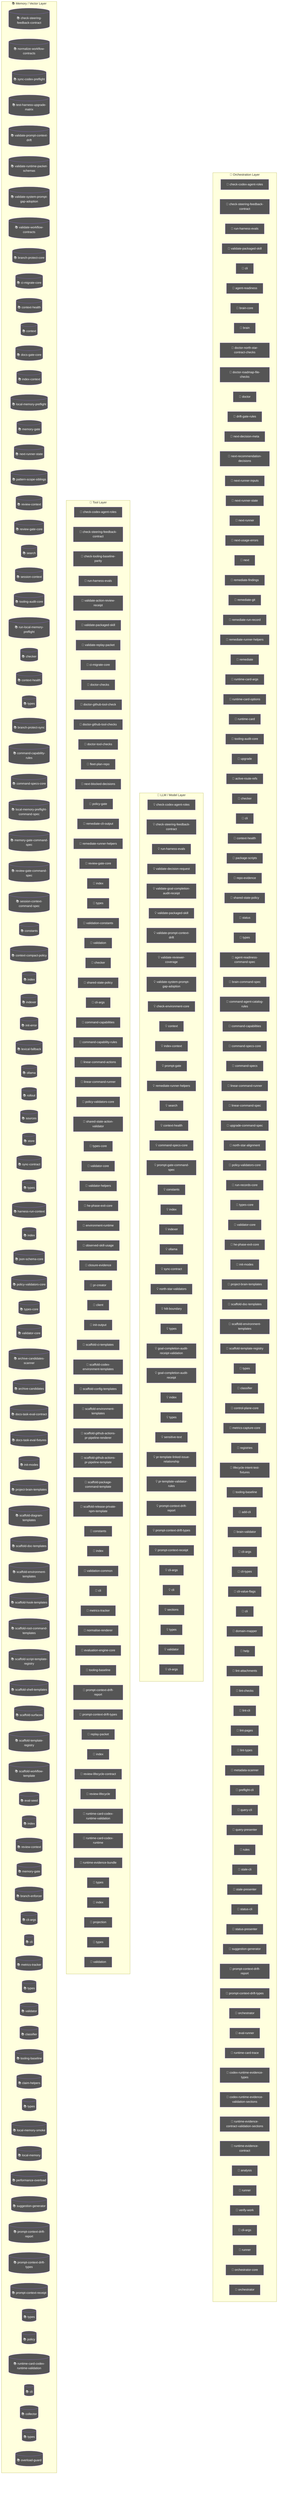
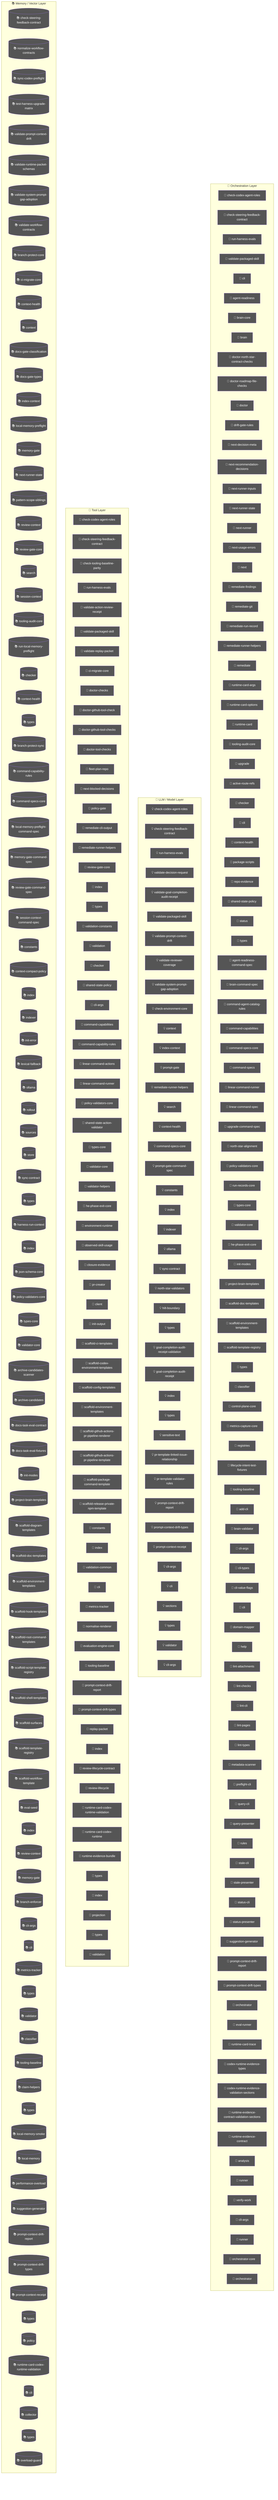
flowchart TD
  subgraph Orchestration["🎯 Orchestration Layer"]
    node_agent_mmd_orchestration_layer_orchestration_chec_7a9f0b64["🤖 check-codex-agent-roles"]
    node_agent_mmd_orchestration_layer_orchestration_chec_7fd47f5c["🤖 check-steering-feedback-contract"]
    node_agent_mmd_orchestration_layer_orchestration_run__18817957["🤖 run-harness-evals"]
    node_agent_mmd_orchestration_layer_orchestration_vali_c01b04be["🤖 validate-packaged-skill"]
    cli_99bb8840["🤖 cli"]
    agent_readiness_c82c68e6["🤖 agent-readiness"]
    brain_core_aa07c380["🤖 brain-core"]
    brain_bbbf7a64["🤖 brain"]
    doctor_north_star_contract_checks_0048124c["🤖 doctor-north-star-contract-checks"]
    doctor_roadmap_file_checks_14447b8e["🤖 doctor-roadmap-file-checks"]
    doctor_72f4be89["🤖 doctor"]
    drift_gate_rules_9685e72d["🤖 drift-gate-rules"]
    next_decision_meta_c58bc91b["🤖 next-decision-meta"]
    next_recommendation_decisions_03315dd4["🤖 next-recommendation-decisions"]
    next_runner_inputs_754dba64["🤖 next-runner-inputs"]
    node_agent_mmd_orchestration_layer_orchestration_next_5393fba1["🤖 next-runner-state"]
    next_runner_41643472["🤖 next-runner"]
    next_usage_errors_837a345a["🤖 next-usage-errors"]
    next_c6c1c9a9["🤖 next"]
    remediate_findings_8b09c8c6["🤖 remediate-findings"]
    remediate_git_58c6f6f4["🤖 remediate-git"]
    remediate_run_record_9dfe5dc1["🤖 remediate-run-record"]
    node_agent_mmd_orchestration_layer_orchestration_reme_359fe98f["🤖 remediate-runner-helpers"]
    remediate_06b9c7fc["🤖 remediate"]
    runtime_card_args_2b3d4b28["🤖 runtime-card-args"]
    runtime_card_options_c9156ad5["🤖 runtime-card-options"]
    runtime_card_e06b53e1["🤖 runtime-card"]
    node_agent_mmd_orchestration_layer_orchestration_tool_acfe0c01["🤖 tooling-audit-core"]
    upgrade_7fef9479["🤖 upgrade"]
    active_route_refs_d7a46846["🤖 active-route-refs"]
    node_agent_mmd_orchestration_layer_orchestration_chec_0550c395["🤖 checker"]
    cli_1_084e05fe["🤖 cli"]
    node_agent_mmd_orchestration_layer_orchestration_cont_61b3b9c9["🤖 context-health"]
    package_scripts_3ee6150f["🤖 package-scripts"]
    repo_evidence_38bb1de5["🤖 repo-evidence"]
    node_agent_mmd_orchestration_layer_orchestration_shar_724ef5f0["🤖 shared-state-policy"]
    status_073c1634["🤖 status"]
    node_agent_mmd_orchestration_layer_orchestration_type_4f906dcc["🤖 types"]
    agent_readiness_command_spec_a30c2c1e["🤖 agent-readiness-command-spec"]
    brain_command_spec_15b122d5["🤖 brain-command-spec"]
    command_agent_catalog_rules_8e06b2af["🤖 command-agent-catalog-rules"]
    node_agent_mmd_orchestration_layer_orchestration_comm_6e41a7f7["🤖 command-capabilities"]
    node_agent_mmd_orchestration_layer_orchestration_comm_1f8cc24c["🤖 command-specs-core"]
    command_specs_69167c63["🤖 command-specs"]
    node_agent_mmd_orchestration_layer_orchestration_line_b67affd5["🤖 linear-command-runner"]
    linear_command_spec_1e12dd44["🤖 linear-command-spec"]
    upgrade_command_spec_03f6c7bd["🤖 upgrade-command-spec"]
    north_star_alignment_00440188["🤖 north-star-alignment"]
    node_agent_mmd_orchestration_layer_orchestration_poli_3270b55d["🤖 policy-validators-core"]
    run_records_core_89286dfa["🤖 run-records-core"]
    node_agent_mmd_orchestration_layer_orchestration_type_7cf81261["🤖 types-core"]
    node_agent_mmd_orchestration_layer_orchestration_vali_d9fe99e6["🤖 validator-core"]
    node_agent_mmd_orchestration_layer_orchestration_he_p_fc778c24["🤖 he-phase-exit-core"]
    node_agent_mmd_orchestration_layer_orchestration_init_2a9c3ecb["🤖 init-modes"]
    node_agent_mmd_orchestration_layer_orchestration_proj_6ab6f60f["🤖 project-brain-templates"]
    node_agent_mmd_orchestration_layer_orchestration_scaf_12cc07db["🤖 scaffold-doc-templates"]
    node_agent_mmd_orchestration_layer_orchestration_scaf_c9a90c2f["🤖 scaffold-environment-templates"]
    node_agent_mmd_orchestration_layer_orchestration_scaf_ff8f92f6["🤖 scaffold-template-registry"]
    types_16_0fae1112["🤖 types"]
    node_agent_mmd_orchestration_layer_orchestration_clas_899b821a["🤖 classifier"]
    control_plane_core_db3b4cb2["🤖 control-plane-core"]
    metrics_capture_core_db4bf7cf["🤖 metrics-capture-core"]
    registries_06402afa["🤖 registries"]
    lifecycle_intent_test_fixtures_a53c7ada["🤖 lifecycle-intent-test-fixtures"]
    node_agent_mmd_orchestration_layer_orchestration_tool_cc43149f["🤖 tooling-baseline"]
    add_cli_7614de25["🤖 add-cli"]
    brain_validator_be251832["🤖 brain-validator"]
    cli_args_8_d546936e["🤖 cli-args"]
    cli_types_1686e858["🤖 cli-types"]
    cli_value_flags_732a8e43["🤖 cli-value-flags"]
    cli_10_35dc8cbd["🤖 cli"]
    domain_mapper_cd9333d2["🤖 domain-mapper"]
    help_106a5842["🤖 help"]
    lint_attachments_873c0632["🤖 lint-attachments"]
    lint_checks_83522b19["🤖 lint-checks"]
    lint_cli_9ec62ec0["🤖 lint-cli"]
    lint_pages_e33301d0["🤖 lint-pages"]
    lint_types_2862c255["🤖 lint-types"]
    metadata_scanner_6a101b66["🤖 metadata-scanner"]
    preflight_cli_5d148379["🤖 preflight-cli"]
    query_cli_b95be64d["🤖 query-cli"]
    query_presenter_02e6077c["🤖 query-presenter"]
    rules_6c621d1a["🤖 rules"]
    stale_cli_64548720["🤖 stale-cli"]
    stale_presenter_1de4e3a2["🤖 stale-presenter"]
    status_cli_4c24a0d6["🤖 status-cli"]
    status_presenter_8de686c1["🤖 status-presenter"]
    node_agent_mmd_orchestration_layer_orchestration_sugg_85c5ebe3["🤖 suggestion-generator"]
    node_agent_mmd_orchestration_layer_orchestration_prom_d17b4de2["🤖 prompt-context-drift-report"]
    node_agent_mmd_orchestration_layer_orchestration_prom_77088997["🤖 prompt-context-drift-types"]
    orchestrator_11376b7e["🤖 orchestrator"]
    eval_runner_0966a6b3["🤖 eval-runner"]
    runtime_card_trace_64a5ca95["🤖 runtime-card-trace"]
    codex_runtime_evidence_types_f55808dd["🤖 codex-runtime-evidence-types"]
    codex_runtime_evidence_validation_sections_6d236b4a["🤖 codex-runtime-evidence-validation-sections"]
    runtime_evidence_contract_validation_sections_1779ca7c["🤖 runtime-evidence-contract-validation-sections"]
    runtime_evidence_contract_0f7b15b2["🤖 runtime-evidence-contract"]
    analysis_f44e85c4["🤖 analysis"]
    runner_527aa9f4["🤖 runner"]
    verify_work_1_cd8e7ec3["🤖 verify-work"]
    cli_args_14_3481043e["🤖 cli-args"]
    runner_1_6f281bf8["🤖 runner"]
    orchestrator_core_d0678b53["🤖 orchestrator-core"]
    orchestrator_1_6b7137c5["🤖 orchestrator"]
  end
  subgraph LLMLayer["🧠 LLM / Model Layer"]
    node_agent_mmd_llm_model_layer_llmlayer_check_codex_a_29e7b7fa["💡 check-codex-agent-roles"]
    node_agent_mmd_llm_model_layer_llmlayer_check_steerin_0e1bf90d["💡 check-steering-feedback-contract"]
    node_agent_mmd_llm_model_layer_llmlayer_run_harness_e_603fcfdc["💡 run-harness-evals"]
    validate_decision_request_2e5c325e["💡 validate-decision-request"]
    validate_goal_completion_audit_receipt_100d252c["💡 validate-goal-completion-audit-receipt"]
    node_agent_mmd_llm_model_layer_llmlayer_validate_pack_2a12e1f4["💡 validate-packaged-skill"]
    node_agent_mmd_llm_model_layer_llmlayer_validate_prom_9880f764["💡 validate-prompt-context-drift"]
    validate_reviewer_coverage_251efee3["💡 validate-reviewer-coverage"]
    node_agent_mmd_llm_model_layer_llmlayer_validate_syst_5636156e["💡 validate-system-prompt-gap-adoption"]
    check_environment_core_2c16213f["💡 check-environment-core"]
    node_agent_mmd_llm_model_layer_llmlayer_context_conte_ad2dfbd9["💡 context"]
    node_agent_mmd_llm_model_layer_llmlayer_index_context_1041bd11["💡 index-context"]
    prompt_gate_c5e9d207["💡 prompt-gate"]
    node_agent_mmd_llm_model_layer_llmlayer_remediate_run_9e3d4585["💡 remediate-runner-helpers"]
    node_agent_mmd_llm_model_layer_llmlayer_search_search_66b9a911["💡 search"]
    node_agent_mmd_llm_model_layer_llmlayer_context_healt_cfc0bfa8["💡 context-health"]
    node_agent_mmd_llm_model_layer_llmlayer_command_specs_782af9fa["💡 command-specs-core"]
    prompt_gate_command_spec_9a941482["💡 prompt-gate-command-spec"]
    node_agent_mmd_llm_model_layer_llmlayer_constants_con_c9bd3f6c["💡 constants"]
    node_agent_mmd_llm_model_layer_llmlayer_index_index_1_02e160ff["💡 index"]
    node_agent_mmd_llm_model_layer_llmlayer_indexer_index_4f4deef5["💡 indexer"]
    node_agent_mmd_llm_model_layer_llmlayer_ollama_ollama_968b23fa["💡 ollama"]
    node_agent_mmd_llm_model_layer_llmlayer_sync_contract_9f3cc8c1["💡 sync-contract"]
    north_star_validators_cfc926ce["💡 north-star-validators"]
    hilt_boundary_9b36fb15["💡 hilt-boundary"]
    types_10_75e5a4a0["💡 types"]
    goal_completion_audit_receipt_validation_9d0f4891["💡 goal-completion-audit-receipt-validation"]
    goal_completion_audit_receipt_5e4939c3["💡 goal-completion-audit-receipt"]
    index_5_522f772a["💡 index"]
    node_agent_mmd_llm_model_layer_llmlayer_constants_con_c9bd3f6c["💡 constants"]
    types_17_ed30531c["💡 types"]
    sensitive_text_7c11f760["💡 sensitive-text"]
    pr_template_linked_issue_relationship_a7b61f2c["💡 pr-template-linked-issue-relationship"]
    pr_template_validator_rules_20a32d6b["💡 pr-template-validator-rules"]
    node_agent_mmd_llm_model_layer_llmlayer_index_index_1_02e160ff["💡 index"]
    node_agent_mmd_llm_model_layer_llmlayer_prompt_contex_81f9066a["💡 prompt-context-drift-report"]
    node_agent_mmd_llm_model_layer_llmlayer_prompt_contex_e5066b88["💡 prompt-context-drift-types"]
    node_agent_mmd_llm_model_layer_llmlayer_index_index_1_02e160ff["💡 index"]
    node_agent_mmd_llm_model_layer_llmlayer_prompt_contex_6426acc2["💡 prompt-context-receipt"]
    cli_args_9_9c136878["💡 cli-args"]
    cli_11_338a8415["💡 cli"]
    sections_4697ef32["💡 sections"]
    types_27_4d134744["💡 types"]
    validator_7_f836eb0e["💡 validator"]
    cli_args_10_861cdd3f["💡 cli-args"]
  end
  subgraph ToolLayer["🔧 Tool Layer"]
    node_agent_mmd_tool_layer_toollayer_check_codex_agent_4b361d5a["🔧 check-codex-agent-roles"]
    node_agent_mmd_tool_layer_toollayer_check_steering_fe_eafecf3a["🔧 check-steering-feedback-contract"]
    check_tooling_baseline_parity_3124b30a["🔧 check-tooling-baseline-parity"]
    node_agent_mmd_tool_layer_toollayer_run_harness_evals_e2ee24f1["🔧 run-harness-evals"]
    validate_action_review_receipt_fa2f06c3["🔧 validate-action-review-receipt"]
    node_agent_mmd_tool_layer_toollayer_validate_packaged_2855c827["🔧 validate-packaged-skill"]
    validate_replay_packet_f309747e["🔧 validate-replay-packet"]
    node_agent_mmd_tool_layer_toollayer_ci_migrate_core_c_049f8460["🔧 ci-migrate-core"]
    doctor_checks_5a2eb2b9["🔧 doctor-checks"]
    doctor_github_tool_check_e0a938df["🔧 doctor-github-tool-check"]
    doctor_github_tool_checks_a53b0382["🔧 doctor-github-tool-checks"]
    doctor_tool_checks_4acac51a["🔧 doctor-tool-checks"]
    fleet_plan_repo_ecdc6499["🔧 fleet-plan-repo"]
    next_blocked_decisions_4140ad2b["🔧 next-blocked-decisions"]
    policy_gate_213f7313["🔧 policy-gate"]
    remediate_cli_output_cc165396["🔧 remediate-cli-output"]
    node_agent_mmd_tool_layer_toollayer_remediate_runner__c003b871["🔧 remediate-runner-helpers"]
    node_agent_mmd_tool_layer_toollayer_review_gate_core__7704598b["🔧 review-gate-core"]
    index_1bc04b52["🔧 index"]
    types_1_4ecdf56e["🔧 types"]
    validation_constants_e002a0f6["🔧 validation-constants"]
    validation_98c41dcd["🔧 validation"]
    node_agent_mmd_tool_layer_toollayer_checker_checker_2_453d593b["🔧 checker"]
    node_agent_mmd_tool_layer_toollayer_shared_state_poli_53734acd["🔧 shared-state-policy"]
    cli_args_1_6144b055["🔧 cli-args"]
    node_agent_mmd_tool_layer_toollayer_command_capabilit_7fe13db1["🔧 command-capabilities"]
    node_agent_mmd_tool_layer_toollayer_command_capabilit_e97a4615["🔧 command-capability-rules"]
    linear_command_actions_e430f4f4["🔧 linear-command-actions"]
    node_agent_mmd_tool_layer_toollayer_linear_command_ru_d6763748["🔧 linear-command-runner"]
    node_agent_mmd_tool_layer_toollayer_policy_validators_af136abf["🔧 policy-validators-core"]
    shared_state_action_validator_e7b128cd["🔧 shared-state-action-validator"]
    node_agent_mmd_tool_layer_toollayer_types_core_types__6c8319b6["🔧 types-core"]
    node_agent_mmd_tool_layer_toollayer_validator_core_va_6ef6131f["🔧 validator-core"]
    validator_helpers_7b927667["🔧 validator-helpers"]
    node_agent_mmd_tool_layer_toollayer_he_phase_exit_cor_af016160["🔧 he-phase-exit-core"]
    environment_runtime_3206f0a8["🔧 environment-runtime"]
    observed_skill_usage_ed7d5930["🔧 observed-skill-usage"]
    closure_evidence_aaa31467["🔧 closure-evidence"]
    pr_creator_dc6b1ea4["🔧 pr-creator"]
    client_948fe603["🔧 client"]
    init_output_360dce91["🔧 init-output"]
    scaffold_ci_templates_2afd6392["🔧 scaffold-ci-templates"]
    scaffold_codex_environment_templates_334fbbed["🔧 scaffold-codex-environment-templates"]
    scaffold_config_templates_4b80ce53["🔧 scaffold-config-templates"]
    node_agent_mmd_tool_layer_toollayer_scaffold_environm_c1afc013["🔧 scaffold-environment-templates"]
    scaffold_github_actions_pr_pipeline_renderer_1ee18de5["🔧 scaffold-github-actions-pr-pipeline-renderer"]
    scaffold_github_actions_pr_pipeline_template_e2b85f62["🔧 scaffold-github-actions-pr-pipeline-template"]
    scaffold_package_command_template_80e32e83["🔧 scaffold-package-command-template"]
    scaffold_release_private_npm_template_075499f8["🔧 scaffold-release-private-npm-template"]
    node_agent_mmd_tool_layer_toollayer_constants_constan_9d71b829["🔧 constants"]
    index_9_32dd4d91["🔧 index"]
    validation_common_6161e48b["🔧 validation-common"]
    node_agent_mmd_tool_layer_toollayer_cli_cli_2_1_32d9eeaf["🔧 cli"]
    node_agent_mmd_tool_layer_toollayer_metrics_tracker_m_4c9237d8["🔧 metrics-tracker"]
    normalise_renderer_85f2e563["🔧 normalise-renderer"]
    evaluation_engine_core_e054fe49["🔧 evaluation-engine-core"]
    node_agent_mmd_tool_layer_toollayer_tooling_baseline__61e66e9f["🔧 tooling-baseline"]
    node_agent_mmd_tool_layer_toollayer_prompt_context_dr_a2772f2b["🔧 prompt-context-drift-report"]
    node_agent_mmd_tool_layer_toollayer_prompt_context_dr_bd82da46["🔧 prompt-context-drift-types"]
    replay_packet_a1293f88["🔧 replay-packet"]
    index_14_d982116c["🔧 index"]
    review_lifecycle_contract_e5447221["🔧 review-lifecycle-contract"]
    review_lifecycle_89afa64c["🔧 review-lifecycle"]
    node_agent_mmd_tool_layer_toollayer_runtime_card_code_3636ceac["🔧 runtime-card-codex-runtime-validation"]
    runtime_card_codex_runtime_0655e230["🔧 runtime-card-codex-runtime"]
    runtime_evidence_bundle_d471a232["🔧 runtime-evidence-bundle"]
    types_36_674380ec["🔧 types"]
    index_17_642943a2["🔧 index"]
    projection_1b250ea1["🔧 projection"]
    types_38_e8efcd57["🔧 types"]
    validation_7_c4e6d8b6["🔧 validation"]
  end
  subgraph MemoryLayer["📚 Memory / Vector Layer"]
    node_agent_mmd_memory_vector_layer_memorylayer_check__64c86928[("📚 check-steering-feedback-contract")]
    normalize_workflow_contracts_8701f1c8[("📚 normalize-workflow-contracts")]
    sync_codex_preflight_7e7a8dc2[("📚 sync-codex-preflight")]
    test_harness_upgrade_matrix_84113c4e[("📚 test-harness-upgrade-matrix")]
    node_agent_mmd_memory_vector_layer_memorylayer_valida_c52c4db8[("📚 validate-prompt-context-drift")]
    validate_runtime_packet_schemas_bc3ba8ec[("📚 validate-runtime-packet-schemas")]
    node_agent_mmd_memory_vector_layer_memorylayer_valida_db599a97[("📚 validate-system-prompt-gap-adoption")]
    validate_workflow_contracts_33dc063c[("📚 validate-workflow-contracts")]
    branch_protect_core_a8feb0fd[("📚 branch-protect-core")]
    node_agent_mmd_memory_vector_layer_memorylayer_ci_mig_0cd5b1a4[("📚 ci-migrate-core")]
    context_health_80bb7da9[("📚 context-health")]
    node_agent_mmd_memory_vector_layer_memorylayer_contex_78ceaaa9[("📚 context")]
-     docs_gate_core_eb9b6c18[("📚 docs-gate-core")]
+     docs_gate_classification_2f51c90b[("📚 docs-gate-classification")]
+     docs_gate_types_d285abb6[("📚 docs-gate-types")]
    node_agent_mmd_memory_vector_layer_memorylayer_index__6f3402d0[("📚 index-context")]
    local_memory_preflight_dcc36c42[("📚 local-memory-preflight")]
    memory_gate_a577a506[("📚 memory-gate")]
    node_agent_mmd_memory_vector_layer_memorylayer_next_r_7feb80cc[("📚 next-runner-state")]
    pattern_scope_siblings_43abe000[("📚 pattern-scope-siblings")]
    review_context_ca6cf81d[("📚 review-context")]
    node_agent_mmd_memory_vector_layer_memorylayer_review_5bee9816[("📚 review-gate-core")]
    node_agent_mmd_memory_vector_layer_memorylayer_search_ac35cb7e[("📚 search")]
    session_context_e5ec72c0[("📚 session-context")]
    node_agent_mmd_memory_vector_layer_memorylayer_toolin_a1185b8f[("📚 tooling-audit-core")]
    run_local_memory_preflight_36e92808[("📚 run-local-memory-preflight")]
    node_agent_mmd_memory_vector_layer_memorylayer_checke_a583eb4f[("📚 checker")]
    node_agent_mmd_memory_vector_layer_memorylayer_contex_3204aa0e[("📚 context-health")]
    node_agent_mmd_memory_vector_layer_memorylayer_types__9ad640a0[("📚 types")]
    branch_protect_sync_570adb18[("📚 branch-protect-sync")]
    node_agent_mmd_memory_vector_layer_memorylayer_comman_c72a5d05[("📚 command-capability-rules")]
    node_agent_mmd_memory_vector_layer_memorylayer_comman_111eb454[("📚 command-specs-core")]
    local_memory_preflight_command_spec_9e23f3ce[("📚 local-memory-preflight-command-spec")]
    memory_gate_command_spec_dc9001a9[("📚 memory-gate-command-spec")]
    review_gate_command_spec_3187376a[("📚 review-gate-command-spec")]
    session_context_command_spec_973afbb1[("📚 session-context-command-spec")]
    node_agent_mmd_memory_vector_layer_memorylayer_consta_702d3f46[("📚 constants")]
    context_compact_policy_3dcaf95d[("📚 context-compact-policy")]
    node_agent_mmd_memory_vector_layer_memorylayer_index__752bc61e[("📚 index")]
    node_agent_mmd_memory_vector_layer_memorylayer_indexe_93e6d86f[("📚 indexer")]
    init_error_5c7dd49f[("📚 init-error")]
    lexical_fallback_723e2b3e[("📚 lexical-fallback")]
    node_agent_mmd_memory_vector_layer_memorylayer_ollama_6d51be16[("📚 ollama")]
    rollout_a4fa034c[("📚 rollout")]
    sources_878a52fc[("📚 sources")]
    store_824d80d7[("📚 store")]
    node_agent_mmd_memory_vector_layer_memorylayer_sync_c_e43418bc[("📚 sync-contract")]
    types_8_f6283648[("📚 types")]
    harness_run_context_ac7c77a9[("📚 harness-run-context")]
    index_4_013aa0e3[("📚 index")]
    json_schema_core_96d7e328[("📚 json-schema-core")]
    node_agent_mmd_memory_vector_layer_memorylayer_policy_1944de42[("📚 policy-validators-core")]
    node_agent_mmd_memory_vector_layer_memorylayer_types__83f369fa[("📚 types-core")]
    node_agent_mmd_memory_vector_layer_memorylayer_valida_41034356[("📚 validator-core")]
    archive_candidates_scanner_d0931789[("📚 archive-candidates-scanner")]
    archive_candidates_dc0e40e1[("📚 archive-candidates")]
    docs_task_eval_contract_79347457[("📚 docs-task-eval-contract")]
    docs_task_eval_fixtures_44902755[("📚 docs-task-eval-fixtures")]
    node_agent_mmd_memory_vector_layer_memorylayer_init_m_333d02c5[("📚 init-modes")]
    node_agent_mmd_memory_vector_layer_memorylayer_projec_3ae304d9[("📚 project-brain-templates")]
    scaffold_diagram_templates_dd88e83c[("📚 scaffold-diagram-templates")]
    node_agent_mmd_memory_vector_layer_memorylayer_scaffo_5fd73b94[("📚 scaffold-doc-templates")]
    node_agent_mmd_memory_vector_layer_memorylayer_scaffo_12b42341[("📚 scaffold-environment-templates")]
    scaffold_hook_templates_8c74ab50[("📚 scaffold-hook-templates")]
    scaffold_root_command_templates_404fed7f[("📚 scaffold-root-command-templates")]
    scaffold_script_template_registry_69312d4e[("📚 scaffold-script-template-registry")]
    scaffold_shell_templates_0ad0f915[("📚 scaffold-shell-templates")]
    scaffold_surfaces_12d6494e[("📚 scaffold-surfaces")]
    node_agent_mmd_memory_vector_layer_memorylayer_scaffo_a86eece1[("📚 scaffold-template-registry")]
    scaffold_workflow_template_92310587[("📚 scaffold-workflow-template")]
    eval_seed_5699fd3e[("📚 eval-seed")]
    index_10_f6785a46[("📚 index")]
    review_context_1_e3afed15[("📚 review-context")]
    memory_gate_1_265164ac[("📚 memory-gate")]
    branch_enforcer_acb749cd[("📚 branch-enforcer")]
    cli_args_5_09ea29f0[("📚 cli-args")]
    node_agent_mmd_memory_vector_layer_memorylayer_cli_cl_1f1f89ab[("📚 cli")]
    node_agent_mmd_memory_vector_layer_memorylayer_metric_12562178[("📚 metrics-tracker")]
    types_19_eb4ad5f0[("📚 types")]
    validator_5_b19ac2be[("📚 validator")]
    node_agent_mmd_memory_vector_layer_memorylayer_classi_1ebbf5ff[("📚 classifier")]
    node_agent_mmd_memory_vector_layer_memorylayer_toolin_14f86b00[("📚 tooling-baseline")]
    claim_helpers_20dc8387[("📚 claim-helpers")]
    types_24_c63dc1a7[("📚 types")]
    local_memory_smoke_1175abfc[("📚 local-memory-smoke")]
    local_memory_0db17ecc[("📚 local-memory")]
    performance_overload_c685bfcf[("📚 performance-overload")]
    node_agent_mmd_memory_vector_layer_memorylayer_sugges_267f408d[("📚 suggestion-generator")]
    node_agent_mmd_memory_vector_layer_memorylayer_index__752bc61e[("📚 index")]
    node_agent_mmd_memory_vector_layer_memorylayer_prompt_ae34fc43[("📚 prompt-context-drift-report")]
    node_agent_mmd_memory_vector_layer_memorylayer_prompt_efd77624[("📚 prompt-context-drift-types")]
    node_agent_mmd_memory_vector_layer_memorylayer_index__752bc61e[("📚 index")]
    node_agent_mmd_memory_vector_layer_memorylayer_prompt_55c0d605[("📚 prompt-context-receipt")]
    types_31_eb363e20[("📚 types")]
    policy_1_fc4198db[("📚 policy")]
    node_agent_mmd_memory_vector_layer_memorylayer_runtim_a5d23e7f[("📚 runtime-card-codex-runtime-validation")]
    cli_12_01c06c37[("📚 cli")]
    collector_0736fd5b[("📚 collector")]
    types_34_85e6a0bb[("📚 types")]
    overload_guard_2748c559[("📚 overload-guard")]
  end
  classDef agentNode fill:#555,color:#fff
  class node_agent_mmd_orchestration_layer_orchestration_chec_7a9f0b64,node_agent_mmd_llm_model_layer_llmlayer_check_codex_a_29e7b7fa,node_agent_mmd_tool_layer_toollayer_check_codex_agent_4b361d5a,node_agent_mmd_orchestration_layer_orchestration_chec_7fd47f5c,node_agent_mmd_llm_model_layer_llmlayer_check_steerin_0e1bf90d,node_agent_mmd_tool_layer_toollayer_check_steering_fe_eafecf3a,node_agent_mmd_memory_vector_layer_memorylayer_check__64c86928,node_agent_mmd_orchestration_layer_orchestration_run__18817957,node_agent_mmd_llm_model_layer_llmlayer_run_harness_e_603fcfdc,node_agent_mmd_tool_layer_toollayer_run_harness_evals_e2ee24f1,node_agent_mmd_orchestration_layer_orchestration_vali_c01b04be,node_agent_mmd_llm_model_layer_llmlayer_validate_pack_2a12e1f4,node_agent_mmd_tool_layer_toollayer_validate_packaged_2855c827,cli_99bb8840,agent_readiness_c82c68e6,brain_core_aa07c380,brain_bbbf7a64,doctor_north_star_contract_checks_0048124c,doctor_roadmap_file_checks_14447b8e,doctor_72f4be89,drift_gate_rules_9685e72d,next_decision_meta_c58bc91b,next_recommendation_decisions_03315dd4,next_runner_inputs_754dba64,node_agent_mmd_orchestration_layer_orchestration_next_5393fba1,node_agent_mmd_memory_vector_layer_memorylayer_next_r_7feb80cc,next_runner_41643472,next_usage_errors_837a345a,next_c6c1c9a9,remediate_findings_8b09c8c6,remediate_git_58c6f6f4,remediate_run_record_9dfe5dc1,node_agent_mmd_orchestration_layer_orchestration_reme_359fe98f,node_agent_mmd_llm_model_layer_llmlayer_remediate_run_9e3d4585,node_agent_mmd_tool_layer_toollayer_remediate_runner__c003b871,remediate_06b9c7fc,runtime_card_args_2b3d4b28,runtime_card_options_c9156ad5,runtime_card_e06b53e1,node_agent_mmd_orchestration_layer_orchestration_tool_acfe0c01,node_agent_mmd_memory_vector_layer_memorylayer_toolin_a1185b8f,upgrade_7fef9479,active_route_refs_d7a46846,node_agent_mmd_orchestration_layer_orchestration_chec_0550c395,node_agent_mmd_tool_layer_toollayer_checker_checker_2_453d593b,node_agent_mmd_memory_vector_layer_memorylayer_checke_a583eb4f,cli_1_084e05fe,node_agent_mmd_orchestration_layer_orchestration_cont_61b3b9c9,node_agent_mmd_llm_model_layer_llmlayer_context_healt_cfc0bfa8,node_agent_mmd_memory_vector_layer_memorylayer_contex_3204aa0e,package_scripts_3ee6150f,repo_evidence_38bb1de5,node_agent_mmd_orchestration_layer_orchestration_shar_724ef5f0,node_agent_mmd_tool_layer_toollayer_shared_state_poli_53734acd,status_073c1634,node_agent_mmd_orchestration_layer_orchestration_type_4f906dcc,node_agent_mmd_memory_vector_layer_memorylayer_types__9ad640a0,agent_readiness_command_spec_a30c2c1e,brain_command_spec_15b122d5,command_agent_catalog_rules_8e06b2af,node_agent_mmd_orchestration_layer_orchestration_comm_6e41a7f7,node_agent_mmd_tool_layer_toollayer_command_capabilit_7fe13db1,node_agent_mmd_orchestration_layer_orchestration_comm_1f8cc24c,node_agent_mmd_llm_model_layer_llmlayer_command_specs_782af9fa,node_agent_mmd_memory_vector_layer_memorylayer_comman_111eb454,command_specs_69167c63,node_agent_mmd_orchestration_layer_orchestration_line_b67affd5,node_agent_mmd_tool_layer_toollayer_linear_command_ru_d6763748,linear_command_spec_1e12dd44,upgrade_command_spec_03f6c7bd,north_star_alignment_00440188,node_agent_mmd_orchestration_layer_orchestration_poli_3270b55d,node_agent_mmd_tool_layer_toollayer_policy_validators_af136abf,node_agent_mmd_memory_vector_layer_memorylayer_policy_1944de42,run_records_core_89286dfa,node_agent_mmd_orchestration_layer_orchestration_type_7cf81261,node_agent_mmd_tool_layer_toollayer_types_core_types__6c8319b6,node_agent_mmd_memory_vector_layer_memorylayer_types__83f369fa,node_agent_mmd_orchestration_layer_orchestration_vali_d9fe99e6,node_agent_mmd_tool_layer_toollayer_validator_core_va_6ef6131f,node_agent_mmd_memory_vector_layer_memorylayer_valida_41034356,node_agent_mmd_orchestration_layer_orchestration_he_p_fc778c24,node_agent_mmd_tool_layer_toollayer_he_phase_exit_cor_af016160,node_agent_mmd_orchestration_layer_orchestration_init_2a9c3ecb,node_agent_mmd_memory_vector_layer_memorylayer_init_m_333d02c5,node_agent_mmd_orchestration_layer_orchestration_proj_6ab6f60f,node_agent_mmd_memory_vector_layer_memorylayer_projec_3ae304d9,node_agent_mmd_orchestration_layer_orchestration_scaf_12cc07db,node_agent_mmd_memory_vector_layer_memorylayer_scaffo_5fd73b94,node_agent_mmd_orchestration_layer_orchestration_scaf_c9a90c2f,node_agent_mmd_tool_layer_toollayer_scaffold_environm_c1afc013,node_agent_mmd_memory_vector_layer_memorylayer_scaffo_12b42341,node_agent_mmd_orchestration_layer_orchestration_scaf_ff8f92f6,node_agent_mmd_memory_vector_layer_memorylayer_scaffo_a86eece1,types_16_0fae1112,node_agent_mmd_orchestration_layer_orchestration_clas_899b821a,node_agent_mmd_memory_vector_layer_memorylayer_classi_1ebbf5ff,control_plane_core_db3b4cb2,metrics_capture_core_db4bf7cf,registries_06402afa,lifecycle_intent_test_fixtures_a53c7ada,node_agent_mmd_orchestration_layer_orchestration_tool_cc43149f,node_agent_mmd_tool_layer_toollayer_tooling_baseline__61e66e9f,node_agent_mmd_memory_vector_layer_memorylayer_toolin_14f86b00,add_cli_7614de25,brain_validator_be251832,cli_args_8_d546936e,cli_types_1686e858,cli_value_flags_732a8e43,cli_10_35dc8cbd,domain_mapper_cd9333d2,help_106a5842,lint_attachments_873c0632,lint_checks_83522b19,lint_cli_9ec62ec0,lint_pages_e33301d0,lint_types_2862c255,metadata_scanner_6a101b66,preflight_cli_5d148379,query_cli_b95be64d,query_presenter_02e6077c,rules_6c621d1a,stale_cli_64548720,stale_presenter_1de4e3a2,status_cli_4c24a0d6,status_presenter_8de686c1,node_agent_mmd_orchestration_layer_orchestration_sugg_85c5ebe3,node_agent_mmd_memory_vector_layer_memorylayer_sugges_267f408d,node_agent_mmd_orchestration_layer_orchestration_prom_d17b4de2,node_agent_mmd_llm_model_layer_llmlayer_prompt_contex_81f9066a,node_agent_mmd_tool_layer_toollayer_prompt_context_dr_a2772f2b,node_agent_mmd_memory_vector_layer_memorylayer_prompt_ae34fc43,node_agent_mmd_orchestration_layer_orchestration_prom_77088997,node_agent_mmd_llm_model_layer_llmlayer_prompt_contex_e5066b88,node_agent_mmd_tool_layer_toollayer_prompt_context_dr_bd82da46,node_agent_mmd_memory_vector_layer_memorylayer_prompt_efd77624,orchestrator_11376b7e,eval_runner_0966a6b3,runtime_card_trace_64a5ca95,codex_runtime_evidence_types_f55808dd,codex_runtime_evidence_validation_sections_6d236b4a,runtime_evidence_contract_validation_sections_1779ca7c,runtime_evidence_contract_0f7b15b2,analysis_f44e85c4,runner_527aa9f4,verify_work_1_cd8e7ec3,cli_args_14_3481043e,runner_1_6f281bf8,orchestrator_core_d0678b53,orchestrator_1_6b7137c5 agentNode
  classDef llmNode fill:#555,color:#fff
  class node_agent_mmd_orchestration_layer_orchestration_chec_7a9f0b64,node_agent_mmd_llm_model_layer_llmlayer_check_codex_a_29e7b7fa,node_agent_mmd_tool_layer_toollayer_check_codex_agent_4b361d5a,node_agent_mmd_orchestration_layer_orchestration_chec_7fd47f5c,node_agent_mmd_llm_model_layer_llmlayer_check_steerin_0e1bf90d,node_agent_mmd_tool_layer_toollayer_check_steering_fe_eafecf3a,node_agent_mmd_memory_vector_layer_memorylayer_check__64c86928,node_agent_mmd_orchestration_layer_orchestration_run__18817957,node_agent_mmd_llm_model_layer_llmlayer_run_harness_e_603fcfdc,node_agent_mmd_tool_layer_toollayer_run_harness_evals_e2ee24f1,validate_decision_request_2e5c325e,validate_goal_completion_audit_receipt_100d252c,node_agent_mmd_orchestration_layer_orchestration_vali_c01b04be,node_agent_mmd_llm_model_layer_llmlayer_validate_pack_2a12e1f4,node_agent_mmd_tool_layer_toollayer_validate_packaged_2855c827,node_agent_mmd_llm_model_layer_llmlayer_validate_prom_9880f764,node_agent_mmd_memory_vector_layer_memorylayer_valida_c52c4db8,validate_reviewer_coverage_251efee3,node_agent_mmd_llm_model_layer_llmlayer_validate_syst_5636156e,node_agent_mmd_memory_vector_layer_memorylayer_valida_db599a97,check_environment_core_2c16213f,node_agent_mmd_llm_model_layer_llmlayer_context_conte_ad2dfbd9,node_agent_mmd_memory_vector_layer_memorylayer_contex_78ceaaa9,node_agent_mmd_llm_model_layer_llmlayer_index_context_1041bd11,node_agent_mmd_memory_vector_layer_memorylayer_index__6f3402d0,prompt_gate_c5e9d207,node_agent_mmd_orchestration_layer_orchestration_reme_359fe98f,node_agent_mmd_llm_model_layer_llmlayer_remediate_run_9e3d4585,node_agent_mmd_tool_layer_toollayer_remediate_runner__c003b871,node_agent_mmd_llm_model_layer_llmlayer_search_search_66b9a911,node_agent_mmd_memory_vector_layer_memorylayer_search_ac35cb7e,node_agent_mmd_orchestration_layer_orchestration_cont_61b3b9c9,node_agent_mmd_llm_model_layer_llmlayer_context_healt_cfc0bfa8,node_agent_mmd_memory_vector_layer_memorylayer_contex_3204aa0e,node_agent_mmd_orchestration_layer_orchestration_comm_1f8cc24c,node_agent_mmd_llm_model_layer_llmlayer_command_specs_782af9fa,node_agent_mmd_memory_vector_layer_memorylayer_comman_111eb454,prompt_gate_command_spec_9a941482,node_agent_mmd_llm_model_layer_llmlayer_constants_con_c9bd3f6c,node_agent_mmd_memory_vector_layer_memorylayer_consta_702d3f46,node_agent_mmd_llm_model_layer_llmlayer_index_index_1_02e160ff,node_agent_mmd_memory_vector_layer_memorylayer_index__752bc61e,node_agent_mmd_llm_model_layer_llmlayer_indexer_index_4f4deef5,node_agent_mmd_memory_vector_layer_memorylayer_indexe_93e6d86f,node_agent_mmd_llm_model_layer_llmlayer_ollama_ollama_968b23fa,node_agent_mmd_memory_vector_layer_memorylayer_ollama_6d51be16,node_agent_mmd_llm_model_layer_llmlayer_sync_contract_9f3cc8c1,node_agent_mmd_memory_vector_layer_memorylayer_sync_c_e43418bc,north_star_validators_cfc926ce,hilt_boundary_9b36fb15,types_10_75e5a4a0,goal_completion_audit_receipt_validation_9d0f4891,goal_completion_audit_receipt_5e4939c3,index_5_522f772a,node_agent_mmd_tool_layer_toollayer_constants_constan_9d71b829,types_17_ed30531c,sensitive_text_7c11f760,pr_template_linked_issue_relationship_a7b61f2c,pr_template_validator_rules_20a32d6b,node_agent_mmd_orchestration_layer_orchestration_prom_d17b4de2,node_agent_mmd_llm_model_layer_llmlayer_prompt_contex_81f9066a,node_agent_mmd_tool_layer_toollayer_prompt_context_dr_a2772f2b,node_agent_mmd_memory_vector_layer_memorylayer_prompt_ae34fc43,node_agent_mmd_orchestration_layer_orchestration_prom_77088997,node_agent_mmd_llm_model_layer_llmlayer_prompt_contex_e5066b88,node_agent_mmd_tool_layer_toollayer_prompt_context_dr_bd82da46,node_agent_mmd_memory_vector_layer_memorylayer_prompt_efd77624,node_agent_mmd_llm_model_layer_llmlayer_prompt_contex_6426acc2,node_agent_mmd_memory_vector_layer_memorylayer_prompt_55c0d605,cli_args_9_9c136878,cli_11_338a8415,sections_4697ef32,types_27_4d134744,validator_7_f836eb0e,cli_args_10_861cdd3f llmNode
  classDef toolNode fill:#555,color:#fff
  class node_agent_mmd_orchestration_layer_orchestration_chec_7a9f0b64,node_agent_mmd_llm_model_layer_llmlayer_check_codex_a_29e7b7fa,node_agent_mmd_tool_layer_toollayer_check_codex_agent_4b361d5a,node_agent_mmd_orchestration_layer_orchestration_chec_7fd47f5c,node_agent_mmd_llm_model_layer_llmlayer_check_steerin_0e1bf90d,node_agent_mmd_tool_layer_toollayer_check_steering_fe_eafecf3a,node_agent_mmd_memory_vector_layer_memorylayer_check__64c86928,check_tooling_baseline_parity_3124b30a,node_agent_mmd_orchestration_layer_orchestration_run__18817957,node_agent_mmd_llm_model_layer_llmlayer_run_harness_e_603fcfdc,node_agent_mmd_tool_layer_toollayer_run_harness_evals_e2ee24f1,validate_action_review_receipt_fa2f06c3,node_agent_mmd_orchestration_layer_orchestration_vali_c01b04be,node_agent_mmd_llm_model_layer_llmlayer_validate_pack_2a12e1f4,node_agent_mmd_tool_layer_toollayer_validate_packaged_2855c827,validate_replay_packet_f309747e,node_agent_mmd_tool_layer_toollayer_ci_migrate_core_c_049f8460,node_agent_mmd_memory_vector_layer_memorylayer_ci_mig_0cd5b1a4,doctor_checks_5a2eb2b9,doctor_github_tool_check_e0a938df,doctor_github_tool_checks_a53b0382,doctor_tool_checks_4acac51a,fleet_plan_repo_ecdc6499,next_blocked_decisions_4140ad2b,policy_gate_213f7313,remediate_cli_output_cc165396,node_agent_mmd_orchestration_layer_orchestration_reme_359fe98f,node_agent_mmd_llm_model_layer_llmlayer_remediate_run_9e3d4585,node_agent_mmd_tool_layer_toollayer_remediate_runner__c003b871,node_agent_mmd_tool_layer_toollayer_review_gate_core__7704598b,node_agent_mmd_memory_vector_layer_memorylayer_review_5bee9816,index_1bc04b52,types_1_4ecdf56e,validation_constants_e002a0f6,validation_98c41dcd,node_agent_mmd_orchestration_layer_orchestration_chec_0550c395,node_agent_mmd_tool_layer_toollayer_checker_checker_2_453d593b,node_agent_mmd_memory_vector_layer_memorylayer_checke_a583eb4f,node_agent_mmd_orchestration_layer_orchestration_shar_724ef5f0,node_agent_mmd_tool_layer_toollayer_shared_state_poli_53734acd,cli_args_1_6144b055,node_agent_mmd_orchestration_layer_orchestration_comm_6e41a7f7,node_agent_mmd_tool_layer_toollayer_command_capabilit_7fe13db1,node_agent_mmd_tool_layer_toollayer_command_capabilit_e97a4615,node_agent_mmd_memory_vector_layer_memorylayer_comman_c72a5d05,linear_command_actions_e430f4f4,node_agent_mmd_orchestration_layer_orchestration_line_b67affd5,node_agent_mmd_tool_layer_toollayer_linear_command_ru_d6763748,node_agent_mmd_orchestration_layer_orchestration_poli_3270b55d,node_agent_mmd_tool_layer_toollayer_policy_validators_af136abf,node_agent_mmd_memory_vector_layer_memorylayer_policy_1944de42,shared_state_action_validator_e7b128cd,node_agent_mmd_orchestration_layer_orchestration_type_7cf81261,node_agent_mmd_tool_layer_toollayer_types_core_types__6c8319b6,node_agent_mmd_memory_vector_layer_memorylayer_types__83f369fa,node_agent_mmd_orchestration_layer_orchestration_vali_d9fe99e6,node_agent_mmd_tool_layer_toollayer_validator_core_va_6ef6131f,node_agent_mmd_memory_vector_layer_memorylayer_valida_41034356,validator_helpers_7b927667,node_agent_mmd_orchestration_layer_orchestration_he_p_fc778c24,node_agent_mmd_tool_layer_toollayer_he_phase_exit_cor_af016160,environment_runtime_3206f0a8,observed_skill_usage_ed7d5930,closure_evidence_aaa31467,pr_creator_dc6b1ea4,client_948fe603,init_output_360dce91,scaffold_ci_templates_2afd6392,scaffold_codex_environment_templates_334fbbed,scaffold_config_templates_4b80ce53,node_agent_mmd_orchestration_layer_orchestration_scaf_c9a90c2f,node_agent_mmd_tool_layer_toollayer_scaffold_environm_c1afc013,node_agent_mmd_memory_vector_layer_memorylayer_scaffo_12b42341,scaffold_github_actions_pr_pipeline_renderer_1ee18de5,scaffold_github_actions_pr_pipeline_template_e2b85f62,scaffold_package_command_template_80e32e83,scaffold_release_private_npm_template_075499f8,node_agent_mmd_llm_model_layer_llmlayer_constants_con_c9bd3f6c,node_agent_mmd_tool_layer_toollayer_constants_constan_9d71b829,index_9_32dd4d91,validation_common_6161e48b,node_agent_mmd_tool_layer_toollayer_cli_cli_2_1_32d9eeaf,node_agent_mmd_memory_vector_layer_memorylayer_cli_cl_1f1f89ab,node_agent_mmd_tool_layer_toollayer_metrics_tracker_m_4c9237d8,node_agent_mmd_memory_vector_layer_memorylayer_metric_12562178,normalise_renderer_85f2e563,evaluation_engine_core_e054fe49,node_agent_mmd_orchestration_layer_orchestration_tool_cc43149f,node_agent_mmd_tool_layer_toollayer_tooling_baseline__61e66e9f,node_agent_mmd_memory_vector_layer_memorylayer_toolin_14f86b00,node_agent_mmd_orchestration_layer_orchestration_prom_d17b4de2,node_agent_mmd_llm_model_layer_llmlayer_prompt_contex_81f9066a,node_agent_mmd_tool_layer_toollayer_prompt_context_dr_a2772f2b,node_agent_mmd_memory_vector_layer_memorylayer_prompt_ae34fc43,node_agent_mmd_orchestration_layer_orchestration_prom_77088997,node_agent_mmd_llm_model_layer_llmlayer_prompt_contex_e5066b88,node_agent_mmd_tool_layer_toollayer_prompt_context_dr_bd82da46,node_agent_mmd_memory_vector_layer_memorylayer_prompt_efd77624,replay_packet_a1293f88,index_14_d982116c,review_lifecycle_contract_e5447221,review_lifecycle_89afa64c,node_agent_mmd_tool_layer_toollayer_runtime_card_code_3636ceac,node_agent_mmd_memory_vector_layer_memorylayer_runtim_a5d23e7f,runtime_card_codex_runtime_0655e230,runtime_evidence_bundle_d471a232,types_36_674380ec,index_17_642943a2,projection_1b250ea1,types_38_e8efcd57,validation_7_c4e6d8b6 toolNode
  classDef memNode fill:#555,color:#fff
-   class node_agent_mmd_orchestration_layer_orchestration_chec_7fd47f5c,node_agent_mmd_llm_model_layer_llmlayer_check_steerin_0e1bf90d,node_agent_mmd_tool_layer_toollayer_check_steering_fe_eafecf3a,node_agent_mmd_memory_vector_layer_memorylayer_check__64c86928,normalize_workflow_contracts_8701f1c8,sync_codex_preflight_7e7a8dc2,test_harness_upgrade_matrix_84113c4e,node_agent_mmd_llm_model_layer_llmlayer_validate_prom_9880f764,node_agent_mmd_memory_vector_layer_memorylayer_valida_c52c4db8,validate_runtime_packet_schemas_bc3ba8ec,node_agent_mmd_llm_model_layer_llmlayer_validate_syst_5636156e,node_agent_mmd_memory_vector_layer_memorylayer_valida_db599a97,validate_workflow_contracts_33dc063c,branch_protect_core_a8feb0fd,node_agent_mmd_tool_layer_toollayer_ci_migrate_core_c_049f8460,node_agent_mmd_memory_vector_layer_memorylayer_ci_mig_0cd5b1a4,context_health_80bb7da9,node_agent_mmd_llm_model_layer_llmlayer_context_conte_ad2dfbd9,node_agent_mmd_memory_vector_layer_memorylayer_contex_78ceaaa9,docs_gate_core_eb9b6c18,node_agent_mmd_llm_model_layer_llmlayer_index_context_1041bd11,node_agent_mmd_memory_vector_layer_memorylayer_index__6f3402d0,local_memory_preflight_dcc36c42,memory_gate_a577a506,node_agent_mmd_orchestration_layer_orchestration_next_5393fba1,node_agent_mmd_memory_vector_layer_memorylayer_next_r_7feb80cc,pattern_scope_siblings_43abe000,review_context_ca6cf81d,node_agent_mmd_tool_layer_toollayer_review_gate_core__7704598b,node_agent_mmd_memory_vector_layer_memorylayer_review_5bee9816,node_agent_mmd_llm_model_layer_llmlayer_search_search_66b9a911,node_agent_mmd_memory_vector_layer_memorylayer_search_ac35cb7e,session_context_e5ec72c0,node_agent_mmd_orchestration_layer_orchestration_tool_acfe0c01,node_agent_mmd_memory_vector_layer_memorylayer_toolin_a1185b8f,run_local_memory_preflight_36e92808,node_agent_mmd_orchestration_layer_orchestration_chec_0550c395,node_agent_mmd_tool_layer_toollayer_checker_checker_2_453d593b,node_agent_mmd_memory_vector_layer_memorylayer_checke_a583eb4f,node_agent_mmd_orchestration_layer_orchestration_cont_61b3b9c9,node_agent_mmd_llm_model_layer_llmlayer_context_healt_cfc0bfa8,node_agent_mmd_memory_vector_layer_memorylayer_contex_3204aa0e,node_agent_mmd_orchestration_layer_orchestration_type_4f906dcc,node_agent_mmd_memory_vector_layer_memorylayer_types__9ad640a0,branch_protect_sync_570adb18,node_agent_mmd_tool_layer_toollayer_command_capabilit_e97a4615,node_agent_mmd_memory_vector_layer_memorylayer_comman_c72a5d05,node_agent_mmd_orchestration_layer_orchestration_comm_1f8cc24c,node_agent_mmd_llm_model_layer_llmlayer_command_specs_782af9fa,node_agent_mmd_memory_vector_layer_memorylayer_comman_111eb454,local_memory_preflight_command_spec_9e23f3ce,memory_gate_command_spec_dc9001a9,review_gate_command_spec_3187376a,session_context_command_spec_973afbb1,node_agent_mmd_llm_model_layer_llmlayer_constants_con_c9bd3f6c,node_agent_mmd_memory_vector_layer_memorylayer_consta_702d3f46,context_compact_policy_3dcaf95d,node_agent_mmd_llm_model_layer_llmlayer_index_index_1_02e160ff,node_agent_mmd_memory_vector_layer_memorylayer_index__752bc61e,node_agent_mmd_llm_model_layer_llmlayer_indexer_index_4f4deef5,node_agent_mmd_memory_vector_layer_memorylayer_indexe_93e6d86f,init_error_5c7dd49f,lexical_fallback_723e2b3e,node_agent_mmd_llm_model_layer_llmlayer_ollama_ollama_968b23fa,node_agent_mmd_memory_vector_layer_memorylayer_ollama_6d51be16,rollout_a4fa034c,sources_878a52fc,store_824d80d7,node_agent_mmd_llm_model_layer_llmlayer_sync_contract_9f3cc8c1,node_agent_mmd_memory_vector_layer_memorylayer_sync_c_e43418bc,types_8_f6283648,harness_run_context_ac7c77a9,index_4_013aa0e3,json_schema_core_96d7e328,node_agent_mmd_orchestration_layer_orchestration_poli_3270b55d,node_agent_mmd_tool_layer_toollayer_policy_validators_af136abf,node_agent_mmd_memory_vector_layer_memorylayer_policy_1944de42,node_agent_mmd_orchestration_layer_orchestration_type_7cf81261,node_agent_mmd_tool_layer_toollayer_types_core_types__6c8319b6,node_agent_mmd_memory_vector_layer_memorylayer_types__83f369fa,node_agent_mmd_orchestration_layer_orchestration_vali_d9fe99e6,node_agent_mmd_tool_layer_toollayer_validator_core_va_6ef6131f,node_agent_mmd_memory_vector_layer_memorylayer_valida_41034356,archive_candidates_scanner_d0931789,archive_candidates_dc0e40e1,docs_task_eval_contract_79347457,docs_task_eval_fixtures_44902755,node_agent_mmd_orchestration_layer_orchestration_init_2a9c3ecb,node_agent_mmd_memory_vector_layer_memorylayer_init_m_333d02c5,node_agent_mmd_orchestration_layer_orchestration_proj_6ab6f60f,node_agent_mmd_memory_vector_layer_memorylayer_projec_3ae304d9,scaffold_diagram_templates_dd88e83c,node_agent_mmd_orchestration_layer_orchestration_scaf_12cc07db,node_agent_mmd_memory_vector_layer_memorylayer_scaffo_5fd73b94,node_agent_mmd_orchestration_layer_orchestration_scaf_c9a90c2f,node_agent_mmd_tool_layer_toollayer_scaffold_environm_c1afc013,node_agent_mmd_memory_vector_layer_memorylayer_scaffo_12b42341,scaffold_hook_templates_8c74ab50,scaffold_root_command_templates_404fed7f,scaffold_script_template_registry_69312d4e,scaffold_shell_templates_0ad0f915,scaffold_surfaces_12d6494e,node_agent_mmd_orchestration_layer_orchestration_scaf_ff8f92f6,node_agent_mmd_memory_vector_layer_memorylayer_scaffo_a86eece1,scaffold_workflow_template_92310587,eval_seed_5699fd3e,index_10_f6785a46,review_context_1_e3afed15,memory_gate_1_265164ac,branch_enforcer_acb749cd,cli_args_5_09ea29f0,node_agent_mmd_tool_layer_toollayer_cli_cli_2_1_32d9eeaf,node_agent_mmd_memory_vector_layer_memorylayer_cli_cl_1f1f89ab,node_agent_mmd_tool_layer_toollayer_metrics_tracker_m_4c9237d8,node_agent_mmd_memory_vector_layer_memorylayer_metric_12562178,types_19_eb4ad5f0,validator_5_b19ac2be,node_agent_mmd_orchestration_layer_orchestration_clas_899b821a,node_agent_mmd_memory_vector_layer_memorylayer_classi_1ebbf5ff,node_agent_mmd_orchestration_layer_orchestration_tool_cc43149f,node_agent_mmd_tool_layer_toollayer_tooling_baseline__61e66e9f,node_agent_mmd_memory_vector_layer_memorylayer_toolin_14f86b00,claim_helpers_20dc8387,types_24_c63dc1a7,local_memory_smoke_1175abfc,local_memory_0db17ecc,performance_overload_c685bfcf,node_agent_mmd_orchestration_layer_orchestration_sugg_85c5ebe3,node_agent_mmd_memory_vector_layer_memorylayer_sugges_267f408d,node_agent_mmd_orchestration_layer_orchestration_prom_d17b4de2,node_agent_mmd_llm_model_layer_llmlayer_prompt_contex_81f9066a,node_agent_mmd_tool_layer_toollayer_prompt_context_dr_a2772f2b,node_agent_mmd_memory_vector_layer_memorylayer_prompt_ae34fc43,node_agent_mmd_orchestration_layer_orchestration_prom_77088997,node_agent_mmd_llm_model_layer_llmlayer_prompt_contex_e5066b88,node_agent_mmd_tool_layer_toollayer_prompt_context_dr_bd82da46,node_agent_mmd_memory_vector_layer_memorylayer_prompt_efd77624,node_agent_mmd_llm_model_layer_llmlayer_prompt_contex_6426acc2,node_agent_mmd_memory_vector_layer_memorylayer_prompt_55c0d605,types_31_eb363e20,policy_1_fc4198db,node_agent_mmd_tool_layer_toollayer_runtime_card_code_3636ceac,node_agent_mmd_memory_vector_layer_memorylayer_runtim_a5d23e7f,cli_12_01c06c37,collector_0736fd5b,types_34_85e6a0bb,overload_guard_2748c559 memNode
+   class node_agent_mmd_orchestration_layer_orchestration_chec_7fd47f5c,node_agent_mmd_llm_model_layer_llmlayer_check_steerin_0e1bf90d,node_agent_mmd_tool_layer_toollayer_check_steering_fe_eafecf3a,node_agent_mmd_memory_vector_layer_memorylayer_check__64c86928,normalize_workflow_contracts_8701f1c8,sync_codex_preflight_7e7a8dc2,test_harness_upgrade_matrix_84113c4e,node_agent_mmd_llm_model_layer_llmlayer_validate_prom_9880f764,node_agent_mmd_memory_vector_layer_memorylayer_valida_c52c4db8,validate_runtime_packet_schemas_bc3ba8ec,node_agent_mmd_llm_model_layer_llmlayer_validate_syst_5636156e,node_agent_mmd_memory_vector_layer_memorylayer_valida_db599a97,validate_workflow_contracts_33dc063c,branch_protect_core_a8feb0fd,node_agent_mmd_tool_layer_toollayer_ci_migrate_core_c_049f8460,node_agent_mmd_memory_vector_layer_memorylayer_ci_mig_0cd5b1a4,context_health_80bb7da9,node_agent_mmd_llm_model_layer_llmlayer_context_conte_ad2dfbd9,node_agent_mmd_memory_vector_layer_memorylayer_contex_78ceaaa9,docs_gate_classification_2f51c90b,docs_gate_types_d285abb6,node_agent_mmd_llm_model_layer_llmlayer_index_context_1041bd11,node_agent_mmd_memory_vector_layer_memorylayer_index__6f3402d0,local_memory_preflight_dcc36c42,memory_gate_a577a506,node_agent_mmd_orchestration_layer_orchestration_next_5393fba1,node_agent_mmd_memory_vector_layer_memorylayer_next_r_7feb80cc,pattern_scope_siblings_43abe000,review_context_ca6cf81d,node_agent_mmd_tool_layer_toollayer_review_gate_core__7704598b,node_agent_mmd_memory_vector_layer_memorylayer_review_5bee9816,node_agent_mmd_llm_model_layer_llmlayer_search_search_66b9a911,node_agent_mmd_memory_vector_layer_memorylayer_search_ac35cb7e,session_context_e5ec72c0,node_agent_mmd_orchestration_layer_orchestration_tool_acfe0c01,node_agent_mmd_memory_vector_layer_memorylayer_toolin_a1185b8f,run_local_memory_preflight_36e92808,node_agent_mmd_orchestration_layer_orchestration_chec_0550c395,node_agent_mmd_tool_layer_toollayer_checker_checker_2_453d593b,node_agent_mmd_memory_vector_layer_memorylayer_checke_a583eb4f,node_agent_mmd_orchestration_layer_orchestration_cont_61b3b9c9,node_agent_mmd_llm_model_layer_llmlayer_context_healt_cfc0bfa8,node_agent_mmd_memory_vector_layer_memorylayer_contex_3204aa0e,node_agent_mmd_orchestration_layer_orchestration_type_4f906dcc,node_agent_mmd_memory_vector_layer_memorylayer_types__9ad640a0,branch_protect_sync_570adb18,node_agent_mmd_tool_layer_toollayer_command_capabilit_e97a4615,node_agent_mmd_memory_vector_layer_memorylayer_comman_c72a5d05,node_agent_mmd_orchestration_layer_orchestration_comm_1f8cc24c,node_agent_mmd_llm_model_layer_llmlayer_command_specs_782af9fa,node_agent_mmd_memory_vector_layer_memorylayer_comman_111eb454,local_memory_preflight_command_spec_9e23f3ce,memory_gate_command_spec_dc9001a9,review_gate_command_spec_3187376a,session_context_command_spec_973afbb1,node_agent_mmd_llm_model_layer_llmlayer_constants_con_c9bd3f6c,node_agent_mmd_memory_vector_layer_memorylayer_consta_702d3f46,context_compact_policy_3dcaf95d,node_agent_mmd_llm_model_layer_llmlayer_index_index_1_02e160ff,node_agent_mmd_memory_vector_layer_memorylayer_index__752bc61e,node_agent_mmd_llm_model_layer_llmlayer_indexer_index_4f4deef5,node_agent_mmd_memory_vector_layer_memorylayer_indexe_93e6d86f,init_error_5c7dd49f,lexical_fallback_723e2b3e,node_agent_mmd_llm_model_layer_llmlayer_ollama_ollama_968b23fa,node_agent_mmd_memory_vector_layer_memorylayer_ollama_6d51be16,rollout_a4fa034c,sources_878a52fc,store_824d80d7,node_agent_mmd_llm_model_layer_llmlayer_sync_contract_9f3cc8c1,node_agent_mmd_memory_vector_layer_memorylayer_sync_c_e43418bc,types_8_f6283648,harness_run_context_ac7c77a9,index_4_013aa0e3,json_schema_core_96d7e328,node_agent_mmd_orchestration_layer_orchestration_poli_3270b55d,node_agent_mmd_tool_layer_toollayer_policy_validators_af136abf,node_agent_mmd_memory_vector_layer_memorylayer_policy_1944de42,node_agent_mmd_orchestration_layer_orchestration_type_7cf81261,node_agent_mmd_tool_layer_toollayer_types_core_types__6c8319b6,node_agent_mmd_memory_vector_layer_memorylayer_types__83f369fa,node_agent_mmd_orchestration_layer_orchestration_vali_d9fe99e6,node_agent_mmd_tool_layer_toollayer_validator_core_va_6ef6131f,node_agent_mmd_memory_vector_layer_memorylayer_valida_41034356,archive_candidates_scanner_d0931789,archive_candidates_dc0e40e1,docs_task_eval_contract_79347457,docs_task_eval_fixtures_44902755,node_agent_mmd_orchestration_layer_orchestration_init_2a9c3ecb,node_agent_mmd_memory_vector_layer_memorylayer_init_m_333d02c5,node_agent_mmd_orchestration_layer_orchestration_proj_6ab6f60f,node_agent_mmd_memory_vector_layer_memorylayer_projec_3ae304d9,scaffold_diagram_templates_dd88e83c,node_agent_mmd_orchestration_layer_orchestration_scaf_12cc07db,node_agent_mmd_memory_vector_layer_memorylayer_scaffo_5fd73b94,node_agent_mmd_orchestration_layer_orchestration_scaf_c9a90c2f,node_agent_mmd_tool_layer_toollayer_scaffold_environm_c1afc013,node_agent_mmd_memory_vector_layer_memorylayer_scaffo_12b42341,scaffold_hook_templates_8c74ab50,scaffold_root_command_templates_404fed7f,scaffold_script_template_registry_69312d4e,scaffold_shell_templates_0ad0f915,scaffold_surfaces_12d6494e,node_agent_mmd_orchestration_layer_orchestration_scaf_ff8f92f6,node_agent_mmd_memory_vector_layer_memorylayer_scaffo_a86eece1,scaffold_workflow_template_92310587,eval_seed_5699fd3e,index_10_f6785a46,review_context_1_e3afed15,memory_gate_1_265164ac,branch_enforcer_acb749cd,cli_args_5_09ea29f0,node_agent_mmd_tool_layer_toollayer_cli_cli_2_1_32d9eeaf,node_agent_mmd_memory_vector_layer_memorylayer_cli_cl_1f1f89ab,node_agent_mmd_tool_layer_toollayer_metrics_tracker_m_4c9237d8,node_agent_mmd_memory_vector_layer_memorylayer_metric_12562178,types_19_eb4ad5f0,validator_5_b19ac2be,node_agent_mmd_orchestration_layer_orchestration_clas_899b821a,node_agent_mmd_memory_vector_layer_memorylayer_classi_1ebbf5ff,node_agent_mmd_orchestration_layer_orchestration_tool_cc43149f,node_agent_mmd_tool_layer_toollayer_tooling_baseline__61e66e9f,node_agent_mmd_memory_vector_layer_memorylayer_toolin_14f86b00,claim_helpers_20dc8387,types_24_c63dc1a7,local_memory_smoke_1175abfc,local_memory_0db17ecc,performance_overload_c685bfcf,node_agent_mmd_orchestration_layer_orchestration_sugg_85c5ebe3,node_agent_mmd_memory_vector_layer_memorylayer_sugges_267f408d,node_agent_mmd_orchestration_layer_orchestration_prom_d17b4de2,node_agent_mmd_llm_model_layer_llmlayer_prompt_contex_81f9066a,node_agent_mmd_tool_layer_toollayer_prompt_context_dr_a2772f2b,node_agent_mmd_memory_vector_layer_memorylayer_prompt_ae34fc43,node_agent_mmd_orchestration_layer_orchestration_prom_77088997,node_agent_mmd_llm_model_layer_llmlayer_prompt_contex_e5066b88,node_agent_mmd_tool_layer_toollayer_prompt_context_dr_bd82da46,node_agent_mmd_memory_vector_layer_memorylayer_prompt_efd77624,node_agent_mmd_llm_model_layer_llmlayer_prompt_contex_6426acc2,node_agent_mmd_memory_vector_layer_memorylayer_prompt_55c0d605,types_31_eb363e20,policy_1_fc4198db,node_agent_mmd_tool_layer_toollayer_runtime_card_code_3636ceac,node_agent_mmd_memory_vector_layer_memorylayer_runtim_a5d23e7f,cli_12_01c06c37,collector_0736fd5b,types_34_85e6a0bb,overload_guard_2748c559 memNode
